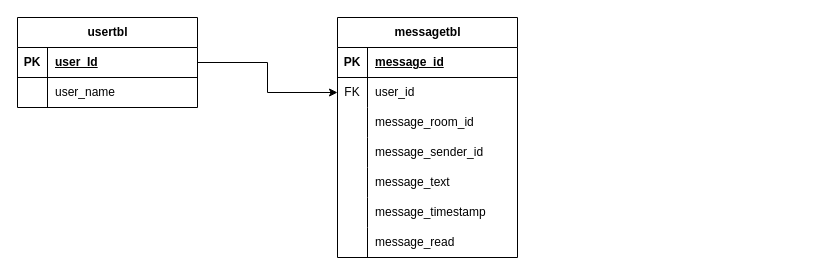
Earlier version of the draw.io diagram 채팅 클라이언트 DB.drawio (Hyunmin-Kwak-hub/neighbor21). Source tidied: cells renumbered, new cells numbered last; positions are measured from the earlier drawing's top-left corner, leaving out a move shared by most shapes. Both pictures are drawn from the tidied source at 100%, with x=0, y=0 at pixel (17, 17).
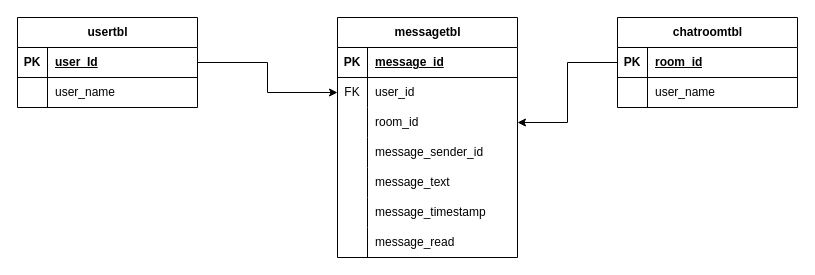
The same diagram, later.

Commit message:
채팅 클라이언트 DB.drawio 업데이트

The change refers to these unchanged cells:
```xml
<mxCell id="9" style="shape=tableRow;horizontal=0;startSize=0;swimlaneHead=0;swimlaneBody=0;fillColor=none;points=[[0,0.5],[1,0.5]];portConstraint=eastwest;top=0;left=0;right=0;bottom=0;" parent="2" vertex="1">
  <mxGeometry y="90" width="180" height="30" as="geometry" />
</mxCell>
```

The edit, as a diff of the source:
```diff
@@
-    <mxCell id="11" value="message_room_id" style="shape=partialRectangle;fillColor=none;top=0;left=0;bottom=0;right=0;align=left;spacingLeft=6;overflow=hidden;whiteSpace=wrap;html=1;" parent="9" vertex="1">
+    <mxCell id="11" value="room_id" style="shape=partialRectangle;fillColor=none;top=0;left=0;bottom=0;right=0;align=left;spacingLeft=6;overflow=hidden;whiteSpace=wrap;html=1;" parent="9" vertex="1">
       <mxGeometry x="30" width="150" height="30" as="geometry" />
     </mxCell>
@@
+    <mxCell id="32" value="chatroomtbl" style="shape=table;startSize=30;childLayout=tableLayout;rowLines=0;fontStyle=1;align=center;html=1;" parent="1" vertex="1">
+      <mxGeometry x="600" width="180" height="90" as="geometry" />
+    </mxCell>
+    <mxCell id="33" style="shape=tableRow;horizontal=0;startSize=0;swimlaneHead=0;swimlaneBody=0;fillColor=none;points=[[0,0.5],[1,0.5]];portConstraint=eastwest;top=0;left=0;right=0;bottom=1;" parent="32" vertex="1">
+      <mxGeometry y="30" width="180" height="30" as="geometry" />
+    </mxCell>
+    <mxCell id="34" value="PK" style="shape=partialRectangle;fillColor=none;top=0;left=0;bottom=0;right=0;fontStyle=1;overflow=hidden;whiteSpace=wrap;html=1;" parent="33" vertex="1">
+      <mxGeometry width="30" height="30" as="geometry" />
+    </mxCell>
+    <mxCell id="35" value="room_id" style="shape=partialRectangle;fillColor=none;top=0;left=0;bottom=0;right=0;align=left;spacingLeft=6;fontStyle=5;overflow=hidden;whiteSpace=wrap;html=1;" parent="33" vertex="1">
+      <mxGeometry x="30" width="150" height="30" as="geometry" />
+    </mxCell>
+    <mxCell id="36" style="shape=tableRow;horizontal=0;startSize=0;swimlaneHead=0;swimlaneBody=0;fillColor=none;top=0;left=0;right=0;bottom=0;" parent="32" vertex="1">
+      <mxGeometry y="60" width="180" height="30" as="geometry" />
+    </mxCell>
+    <mxCell id="37" style="shape=partialRectangle;fillColor=none;top=0;left=0;bottom=0;right=0;overflow=hidden;whiteSpace=wrap;html=1;" parent="36" vertex="1">
+      <mxGeometry width="30" height="30" as="geometry" />
+    </mxCell>
+    <mxCell id="38" value="user_name" style="shape=partialRectangle;fillColor=none;top=0;left=0;bottom=0;right=0;align=left;spacingLeft=6;overflow=hidden;whiteSpace=wrap;html=1;" parent="36" vertex="1">
+      <mxGeometry x="30" width="150" height="30" as="geometry" />
+    </mxCell>
+    <mxCell id="39" style="edgeStyle=orthogonalEdgeStyle;rounded=0;jettySize=auto;html=1;exitX=0;exitY=0.5;exitDx=0;exitDy=0;entryX=1;entryY=0.5;entryDx=0;entryDy=0;" parent="1" edge="1" source="33" target="9">
+      <mxGeometry relative="1" as="geometry" />
+    </mxCell>
```
